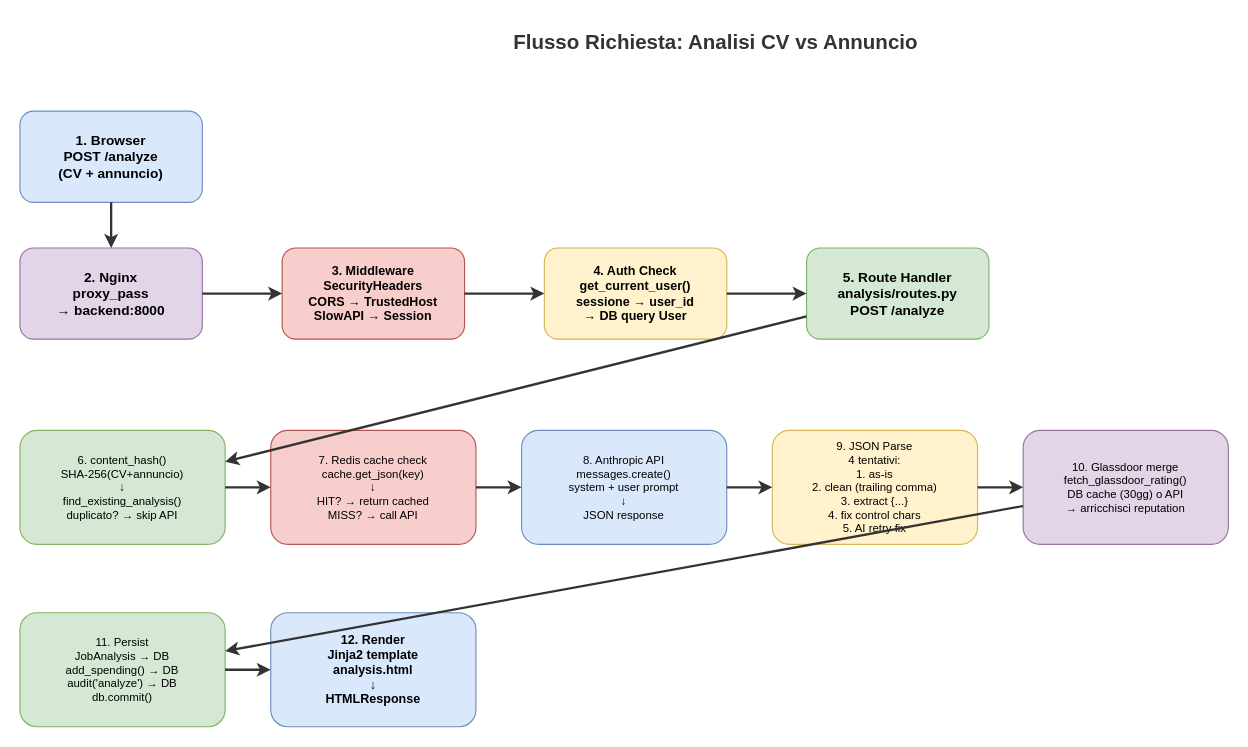
This is page "Flusso Richiesta" (3 of 3) of docs/architecture.drawio from MK023/JobSearch, a draw.io file, before an edit. Source tidied: cells renumbered, new cells numbered last; positions are measured from the earlier drawing's top-left corner, leaving out a move shared by most shapes. Both pictures are drawn from the tidied source at 114%, with x=0, y=0 at pixel (19, 19).
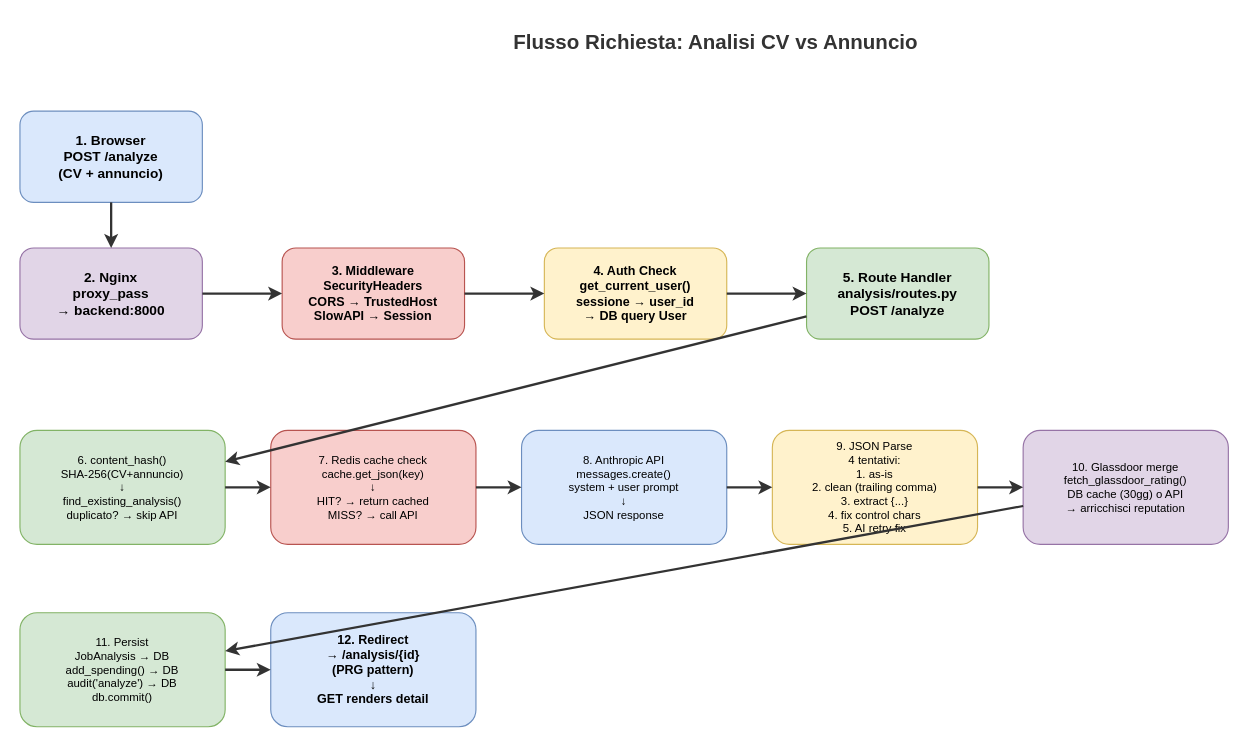
The same page after the edit.

The edit, as a diff of the source:
```diff
@@
-    <mxCell id="14" value="12. Render&#10;Jinja2 template&#10;analysis.html&#10;↓&#10;HTMLResponse" style="rounded=1;whiteSpace=wrap;html=1;fillColor=#dae8fc;strokeColor=#6c8ebf;fontSize=11;fontStyle=1;" parent="1" vertex="1">
+    <mxCell id="14" value="12. Redirect&#10;→ /analysis/{id}&#10;(PRG pattern)&#10;↓&#10;GET renders detail" style="rounded=1;whiteSpace=wrap;html=1;fillColor=#dae8fc;strokeColor=#6c8ebf;fontSize=11;fontStyle=1;" parent="1" vertex="1">
       <mxGeometry x="220" y="520" width="180" height="100" as="geometry" />
     </mxCell>
```
